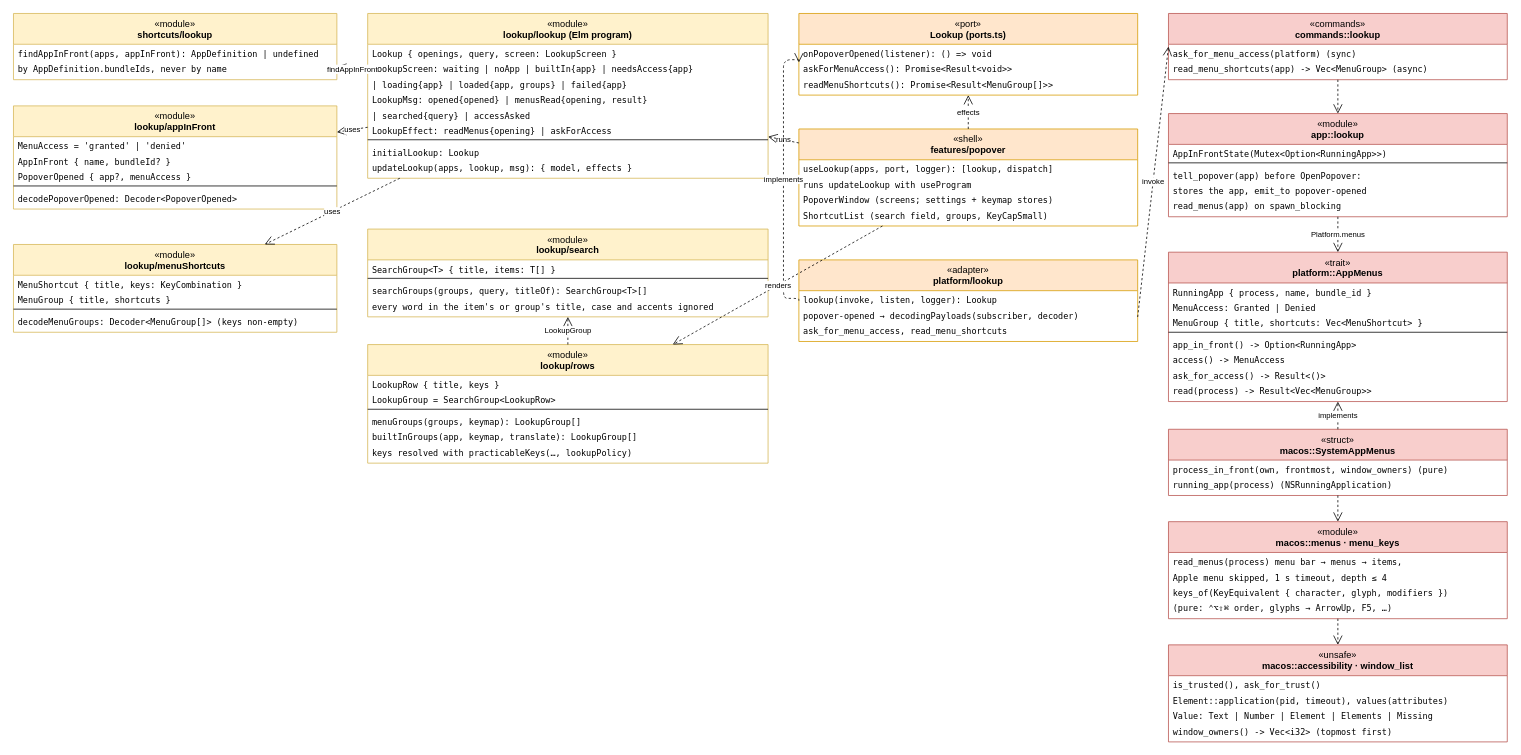
This is page "Classes – lookup" (13 of 15) of docs/uml.drawio from r0binius/mathe2-trainer, a draw.io file, before an edit. Source tidied: cells renumbered, new cells numbered last; positions are measured from the earlier drawing's top-left corner, leaving out a move shared by most shapes. Both pictures are drawn from the tidied source at 77%, with x=0, y=0 at pixel (13, 13).
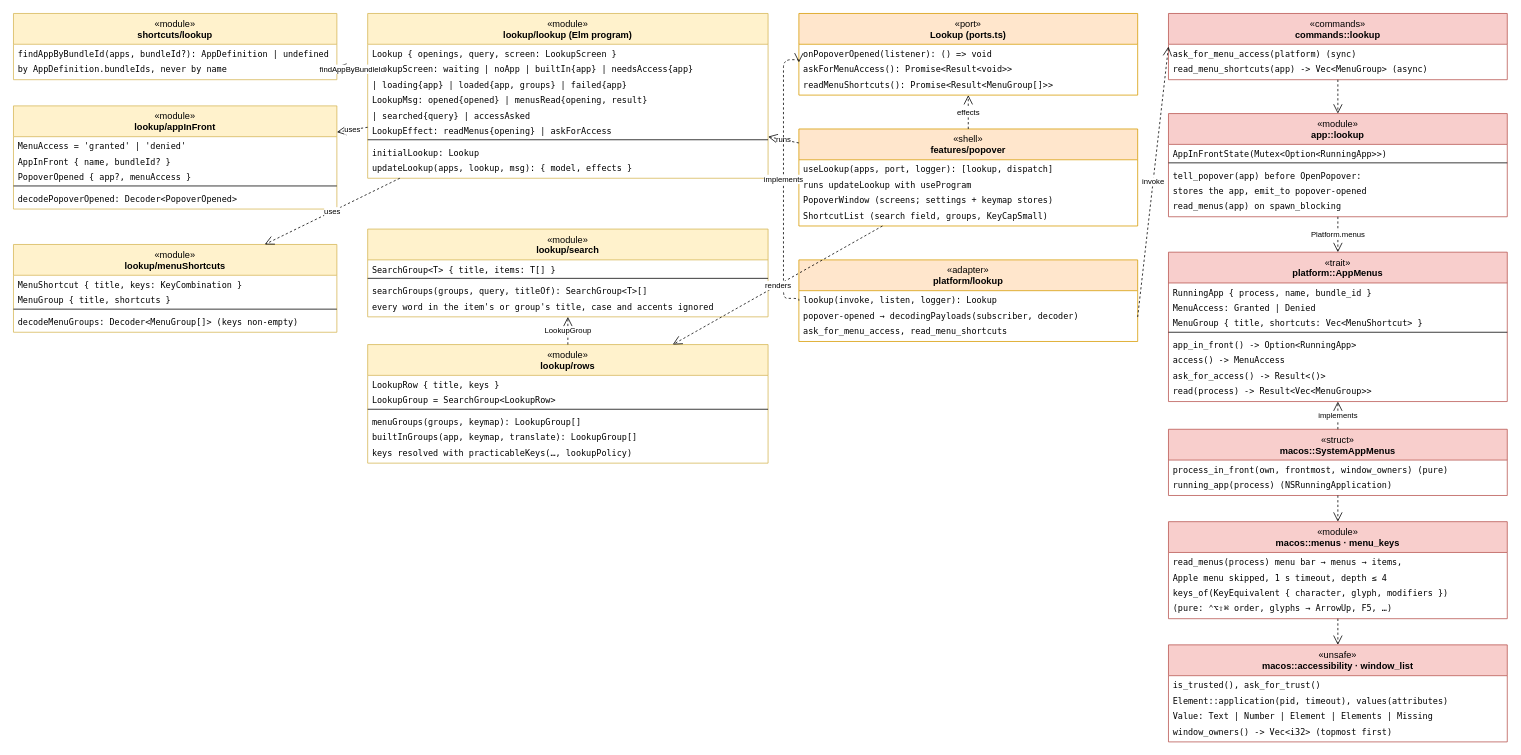
The same page after the edit.

Unchanged cells that the change refers to:
```xml
<mxCell id="13" value="&amp;laquo;module&amp;raquo;&lt;br&gt;&lt;b&gt;lookup/lookup  (Elm program)&lt;/b&gt;" style="swimlane;fontStyle=0;align=center;verticalAlign=top;horizontal=1;startSize=40;html=1;whiteSpace=wrap;fillColor=#fff2cc;strokeColor=#d6b656;swimlaneFillColor=#ffffff;" parent="1" vertex="1">
  <mxGeometry x="460" width="520" height="214" as="geometry" />
</mxCell>
<mxCell id="35" value="&amp;laquo;module&amp;raquo;&lt;br&gt;&lt;b&gt;shortcuts/lookup&lt;/b&gt;" style="swimlane;fontStyle=0;align=center;verticalAlign=top;horizontal=1;startSize=40;html=1;whiteSpace=wrap;fillColor=#fff2cc;strokeColor=#d6b656;swimlaneFillColor=#ffffff;" parent="1" vertex="1">
  <mxGeometry width="420" height="86" as="geometry" />
</mxCell>
```

Diff of the diagram source:
```diff
@@
-    <mxCell id="36" value="findAppInFront(apps, appInFront): AppDefinition | undefined" style="text;strokeColor=none;fillColor=none;align=left;verticalAlign=top;spacingLeft=4;spacingRight=4;overflow=hidden;fontSize=11;fontFamily=Menlo;html=0;" parent="35" vertex="1">
+    <mxCell id="36" value="findAppByBundleId(apps, bundleId?): AppDefinition | undefined" style="text;strokeColor=none;fillColor=none;align=left;verticalAlign=top;spacingLeft=4;spacingRight=4;overflow=hidden;fontSize=11;fontFamily=Menlo;html=0;" parent="35" vertex="1">
       <mxGeometry y="40" width="420" height="20" as="geometry" />
     </mxCell>
@@
-    <mxCell id="84" value="findAppInFront" style="html=1;fontSize=10;labelBackgroundColor=#ffffff;dashed=1;endArrow=open;endSize=10;" parent="1" edge="1" source="13" target="35">
+    <mxCell id="84" value="findAppByBundleId" style="html=1;fontSize=10;labelBackgroundColor=#ffffff;dashed=1;endArrow=open;endSize=10;" parent="1" edge="1" source="13" target="35">
       <mxGeometry relative="1" as="geometry" />
     </mxCell>
```
